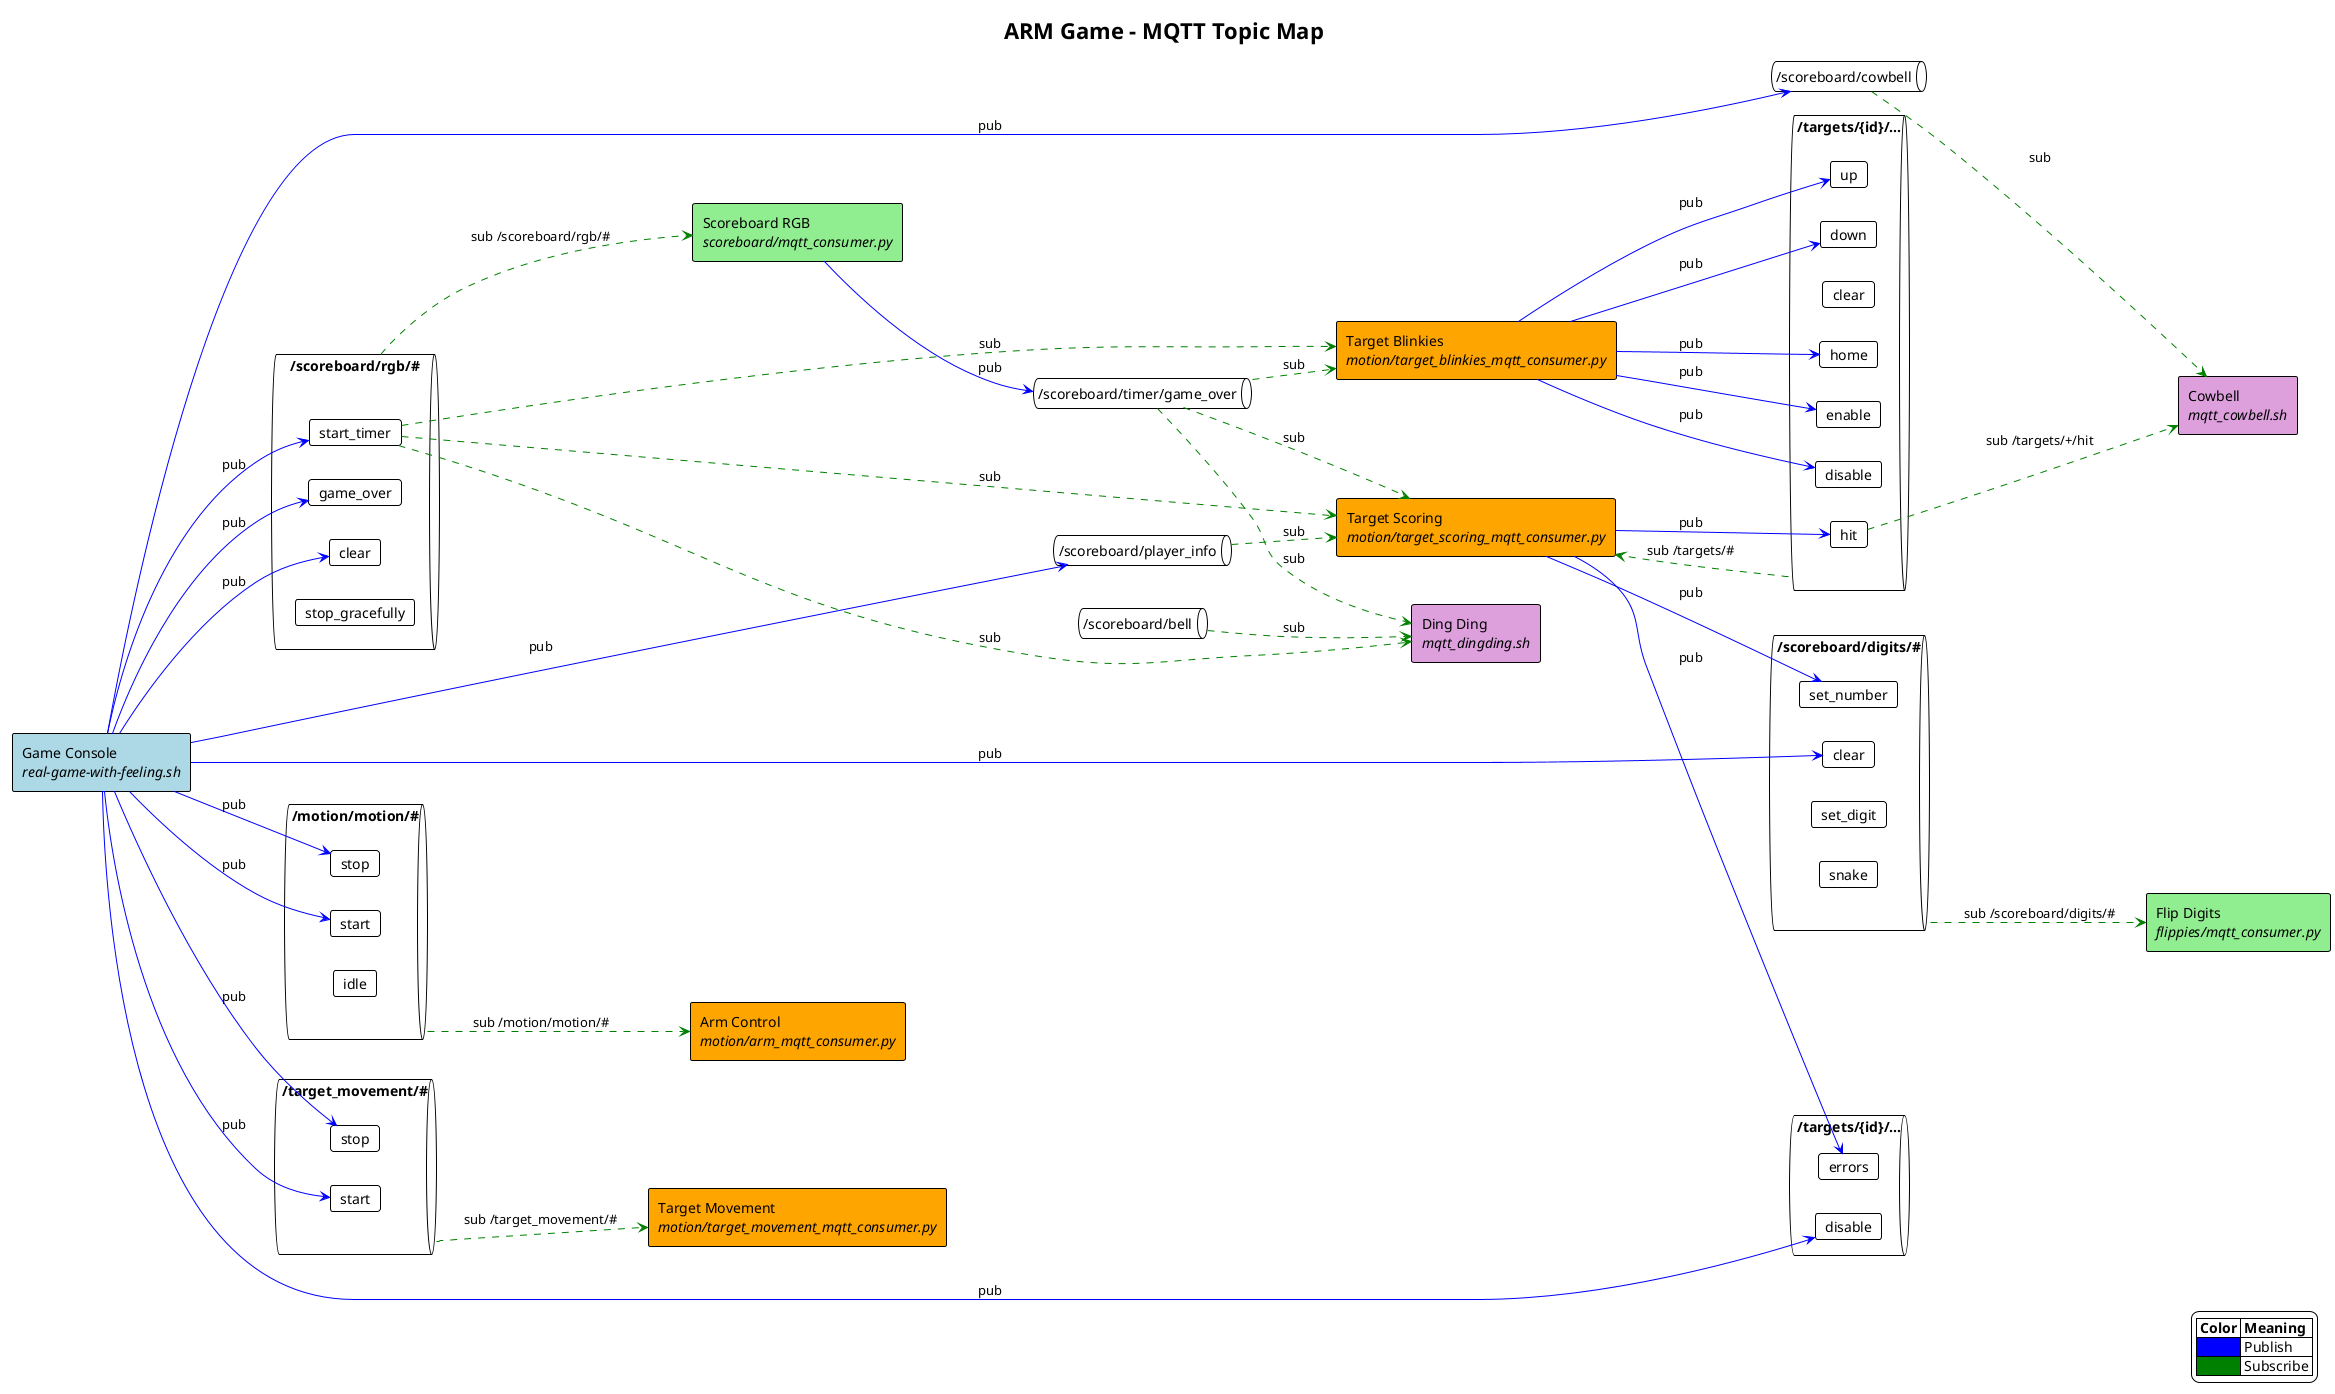
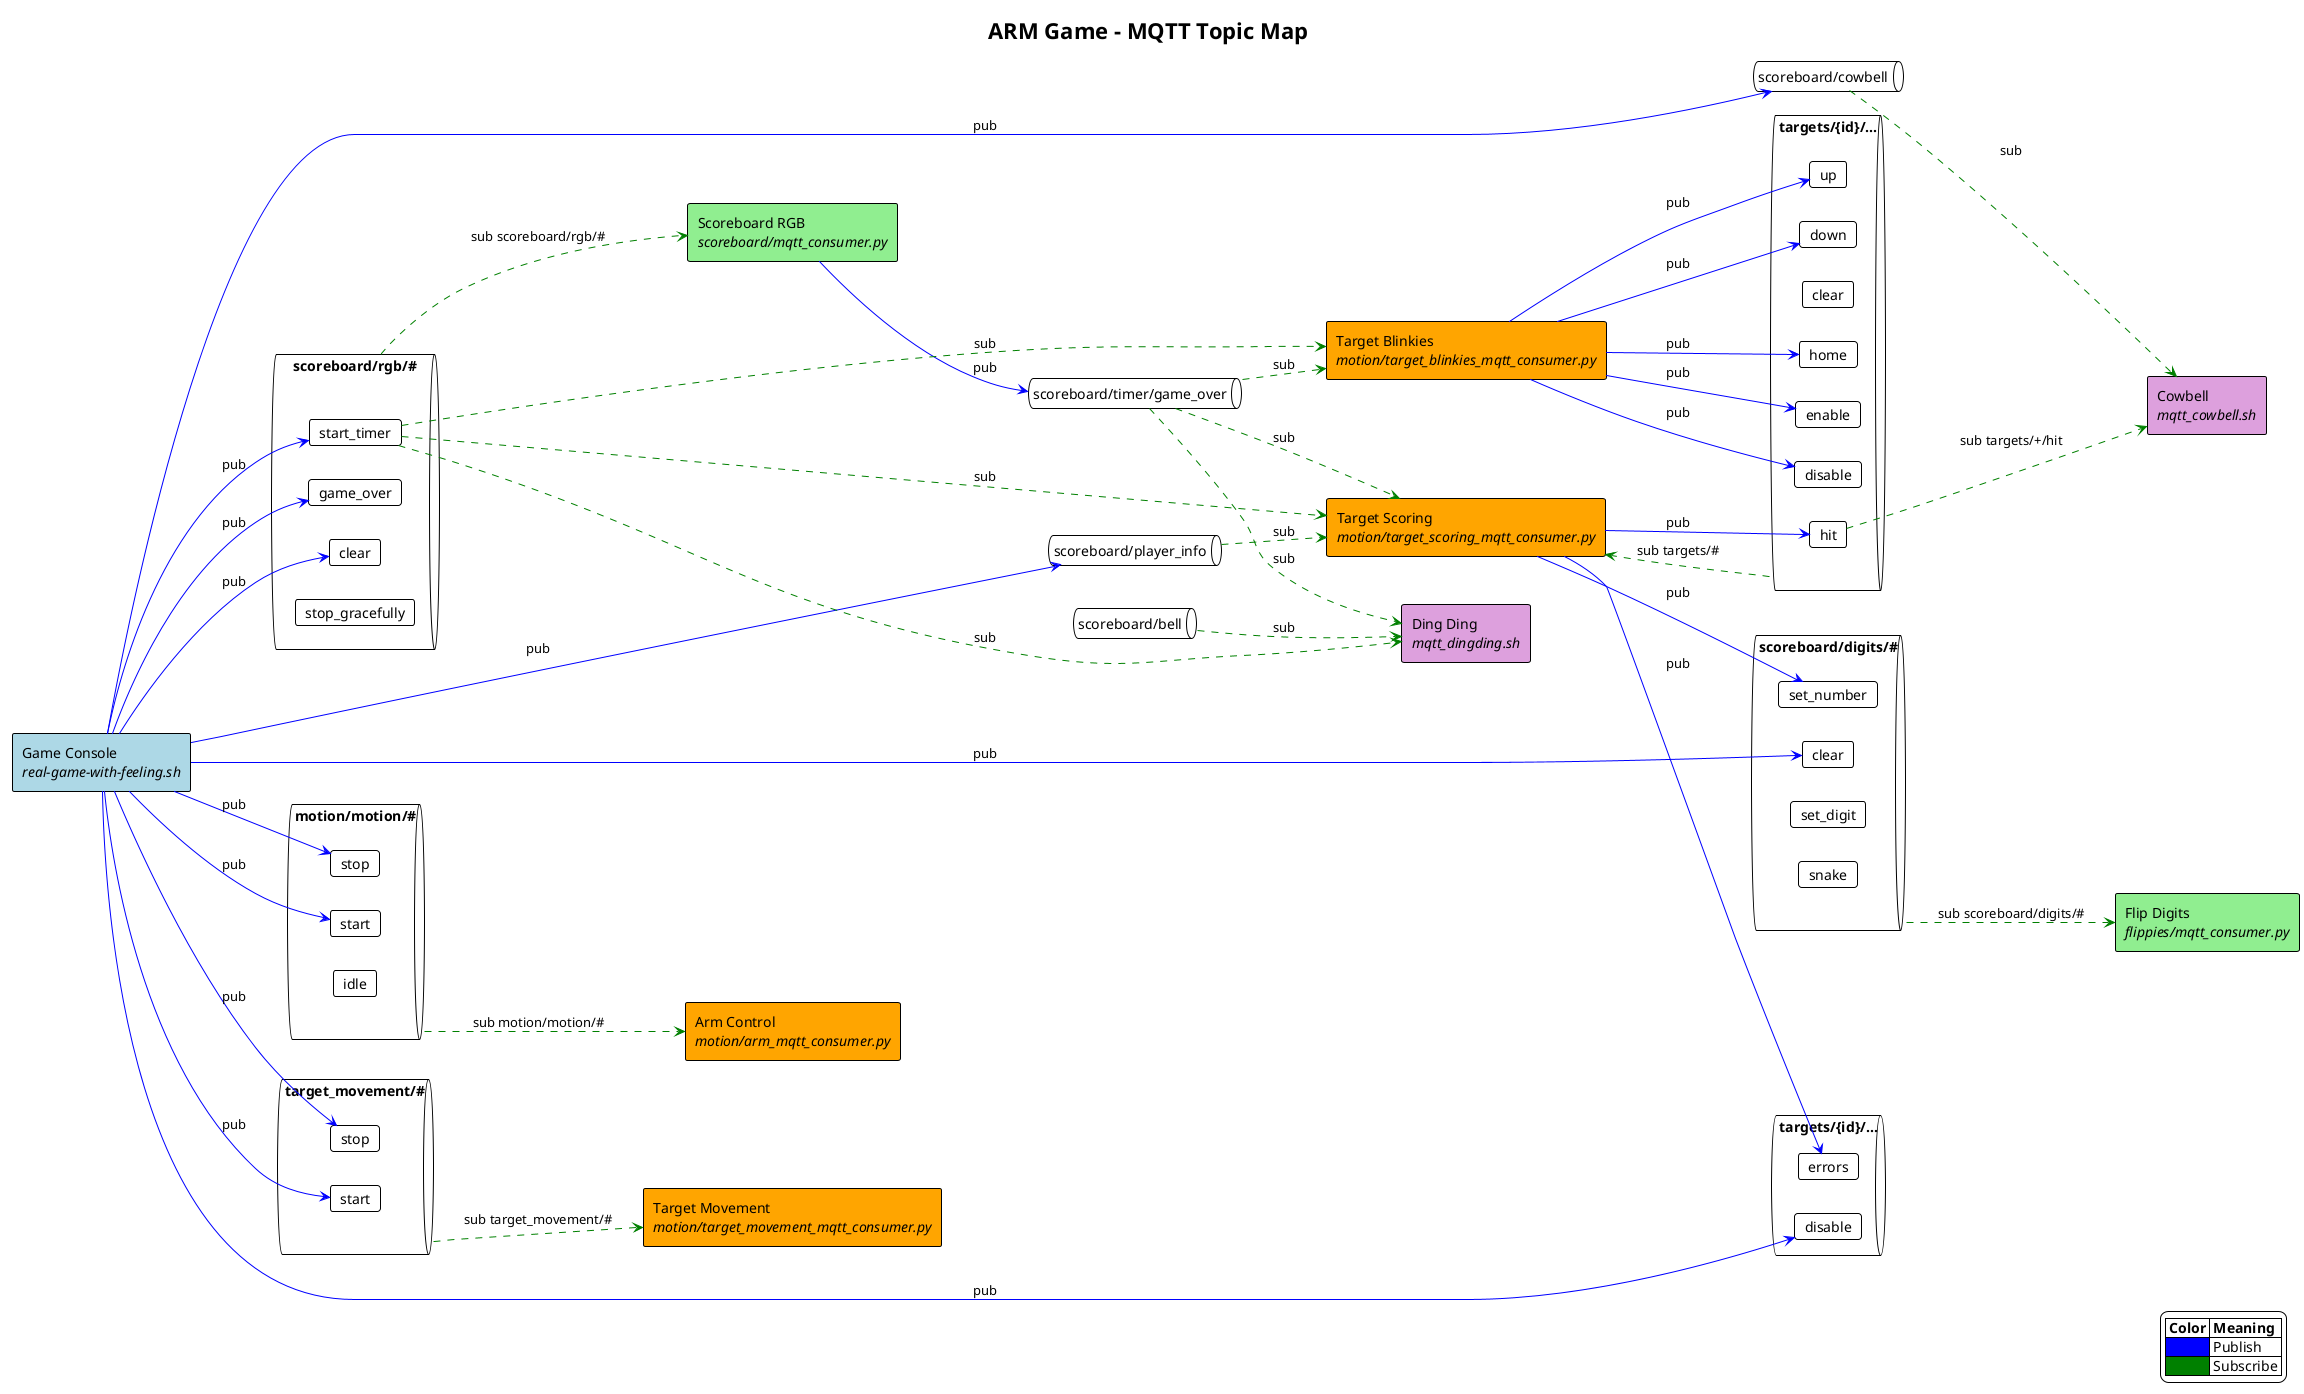
@startuml MQTT Topic Map
!theme plain
title ARM Game - MQTT Topic Map

' ── Layout ─────────────────────────────────────────────
left to right direction

' ── Services ───────────────────────────────────────────
rectangle "Game Console\n//real-game-with-feeling.sh//" as Game #LightBlue
rectangle "Scoreboard RGB\n//scoreboard/mqtt_consumer.py//" as ScoreboardRGB #LightGreen
rectangle "Flip Digits\n//flippies/mqtt_consumer.py//" as Flippies #LightGreen
rectangle "Arm Control\n//motion/arm_mqtt_consumer.py//" as Arm #Orange
rectangle "Target Blinkies\n//motion/target_blinkies_mqtt_consumer.py//" as Blinkies #Orange
rectangle "Target Scoring\n//motion/target_scoring_mqtt_consumer.py//" as Scoring #Orange
rectangle "Target Movement\n//motion/target_movement_mqtt_consumer.py//" as Movement #Orange
rectangle "Cowbell\n//mqtt_cowbell.sh//" as Cowbell #Plum
rectangle "Ding Ding\n//mqtt_dingding.sh//" as DingDing #Plum

' ── MQTT Topics (as queues) ──────────────────────────────
- queue "/scoreboard/rgb/#" as rgb_topic {
+ queue "scoreboard/rgb/#" as rgb_topic {
  card "clear" as rgb_clear
  card "start_timer" as rgb_start
  card "game_over" as rgb_gameover
  card "stop_gracefully" as rgb_stop
}

- queue "/scoreboard/digits/#" as digits_topic {
+ queue "scoreboard/digits/#" as digits_topic {
  card "clear" as dig_clear
  card "set_number" as dig_setnum
  card "set_digit" as dig_setdig
  card "snake" as dig_snake
}

- queue "/scoreboard/timer/game_over" as timer_gameover
+ queue "scoreboard/timer/game_over" as timer_gameover

- queue "/scoreboard/player_info" as player_info
- queue "/scoreboard/cowbell" as cowbell_topic
- queue "/scoreboard/bell" as bell_topic
+ queue "scoreboard/player_info" as player_info
+ queue "scoreboard/cowbell" as cowbell_topic
+ queue "scoreboard/bell" as bell_topic

- queue "/motion/motion/#" as motion_topic {
+ queue "motion/motion/#" as motion_topic {
  card "start" as mot_start
  card "stop" as mot_stop
  card "idle" as mot_idle
}

- queue "/target_movement/#" as tgtmov_topic {
+ queue "target_movement/#" as tgtmov_topic {
  card "start" as tm_start
  card "stop" as tm_stop
}

- queue "/targets/{id}/..." as targets_topic {
+ queue "targets/{id}/..." as targets_topic {
  card "enable" as tgt_enable
  card "disable" as tgt_disable
  card "clear" as tgt_clear
  card "home" as tgt_home
  card "up" as tgt_up
  card "down" as tgt_down
  card "hit" as tgt_hit
}

- queue "/targets/{id}/..." as target_single {
+ queue "targets/{id}/..." as target_single {
  card "disable" as ts_disable
  card "errors" as ts_errors
}

' ── Publish arrows (solid) ──────────────────────────────
Game -[#blue]-> rgb_start : pub
Game -[#blue]-> rgb_gameover : pub
Game -[#blue]-> rgb_clear : pub
Game -[#blue]-> dig_clear : pub
Game -[#blue]-> mot_start : pub
Game -[#blue]-> mot_stop : pub
Game -[#blue]-> tm_start : pub
Game -[#blue]-> tm_stop : pub
Game -[#blue]-> player_info : pub
Game -[#blue]-> cowbell_topic : pub
Game -[#blue]-> ts_disable : pub

ScoreboardRGB -[#blue]-> timer_gameover : pub

Scoring -[#blue]-> tgt_hit : pub
Scoring -[#blue]-> dig_setnum : pub
Scoring -[#blue]-> ts_errors : pub

Blinkies -[#blue]-> tgt_enable : pub
Blinkies -[#blue]-> tgt_disable : pub
Blinkies -[#blue]-> tgt_up : pub
Blinkies -[#blue]-> tgt_down : pub
Blinkies -[#blue]-> tgt_home : pub

' ── Subscribe arrows (dashed) ──────────────────────────
- rgb_topic -[#green,dashed]-> ScoreboardRGB : sub /scoreboard/rgb/#
- digits_topic -[#green,dashed]-> Flippies : sub /scoreboard/digits/#
- motion_topic -[#green,dashed]-> Arm : sub /motion/motion/#
- tgtmov_topic -[#green,dashed]-> Movement : sub /target_movement/#
- targets_topic -[#green,dashed]-> Scoring : sub /targets/#
+ rgb_topic -[#green,dashed]-> ScoreboardRGB : sub scoreboard/rgb/#
+ digits_topic -[#green,dashed]-> Flippies : sub scoreboard/digits/#
+ motion_topic -[#green,dashed]-> Arm : sub motion/motion/#
+ tgtmov_topic -[#green,dashed]-> Movement : sub target_movement/#
+ targets_topic -[#green,dashed]-> Scoring : sub targets/#

rgb_start -[#green,dashed]-> Blinkies : sub
rgb_start -[#green,dashed]-> Scoring : sub
timer_gameover -[#green,dashed]-> Blinkies : sub
timer_gameover -[#green,dashed]-> Scoring : sub
timer_gameover -[#green,dashed]-> DingDing : sub
player_info -[#green,dashed]-> Scoring : sub

- tgt_hit -[#green,dashed]-> Cowbell : sub /targets/+/hit
+ tgt_hit -[#green,dashed]-> Cowbell : sub targets/+/hit
cowbell_topic -[#green,dashed]-> Cowbell : sub
bell_topic -[#green,dashed]-> DingDing : sub
rgb_start -[#green,dashed]-> DingDing : sub

' ── Legend ──────────────────────────────────────────────
legend right
  |= Color |= Meaning |
  | <#blue> | Publish |
  | <#green> | Subscribe |
endlegend

@enduml
